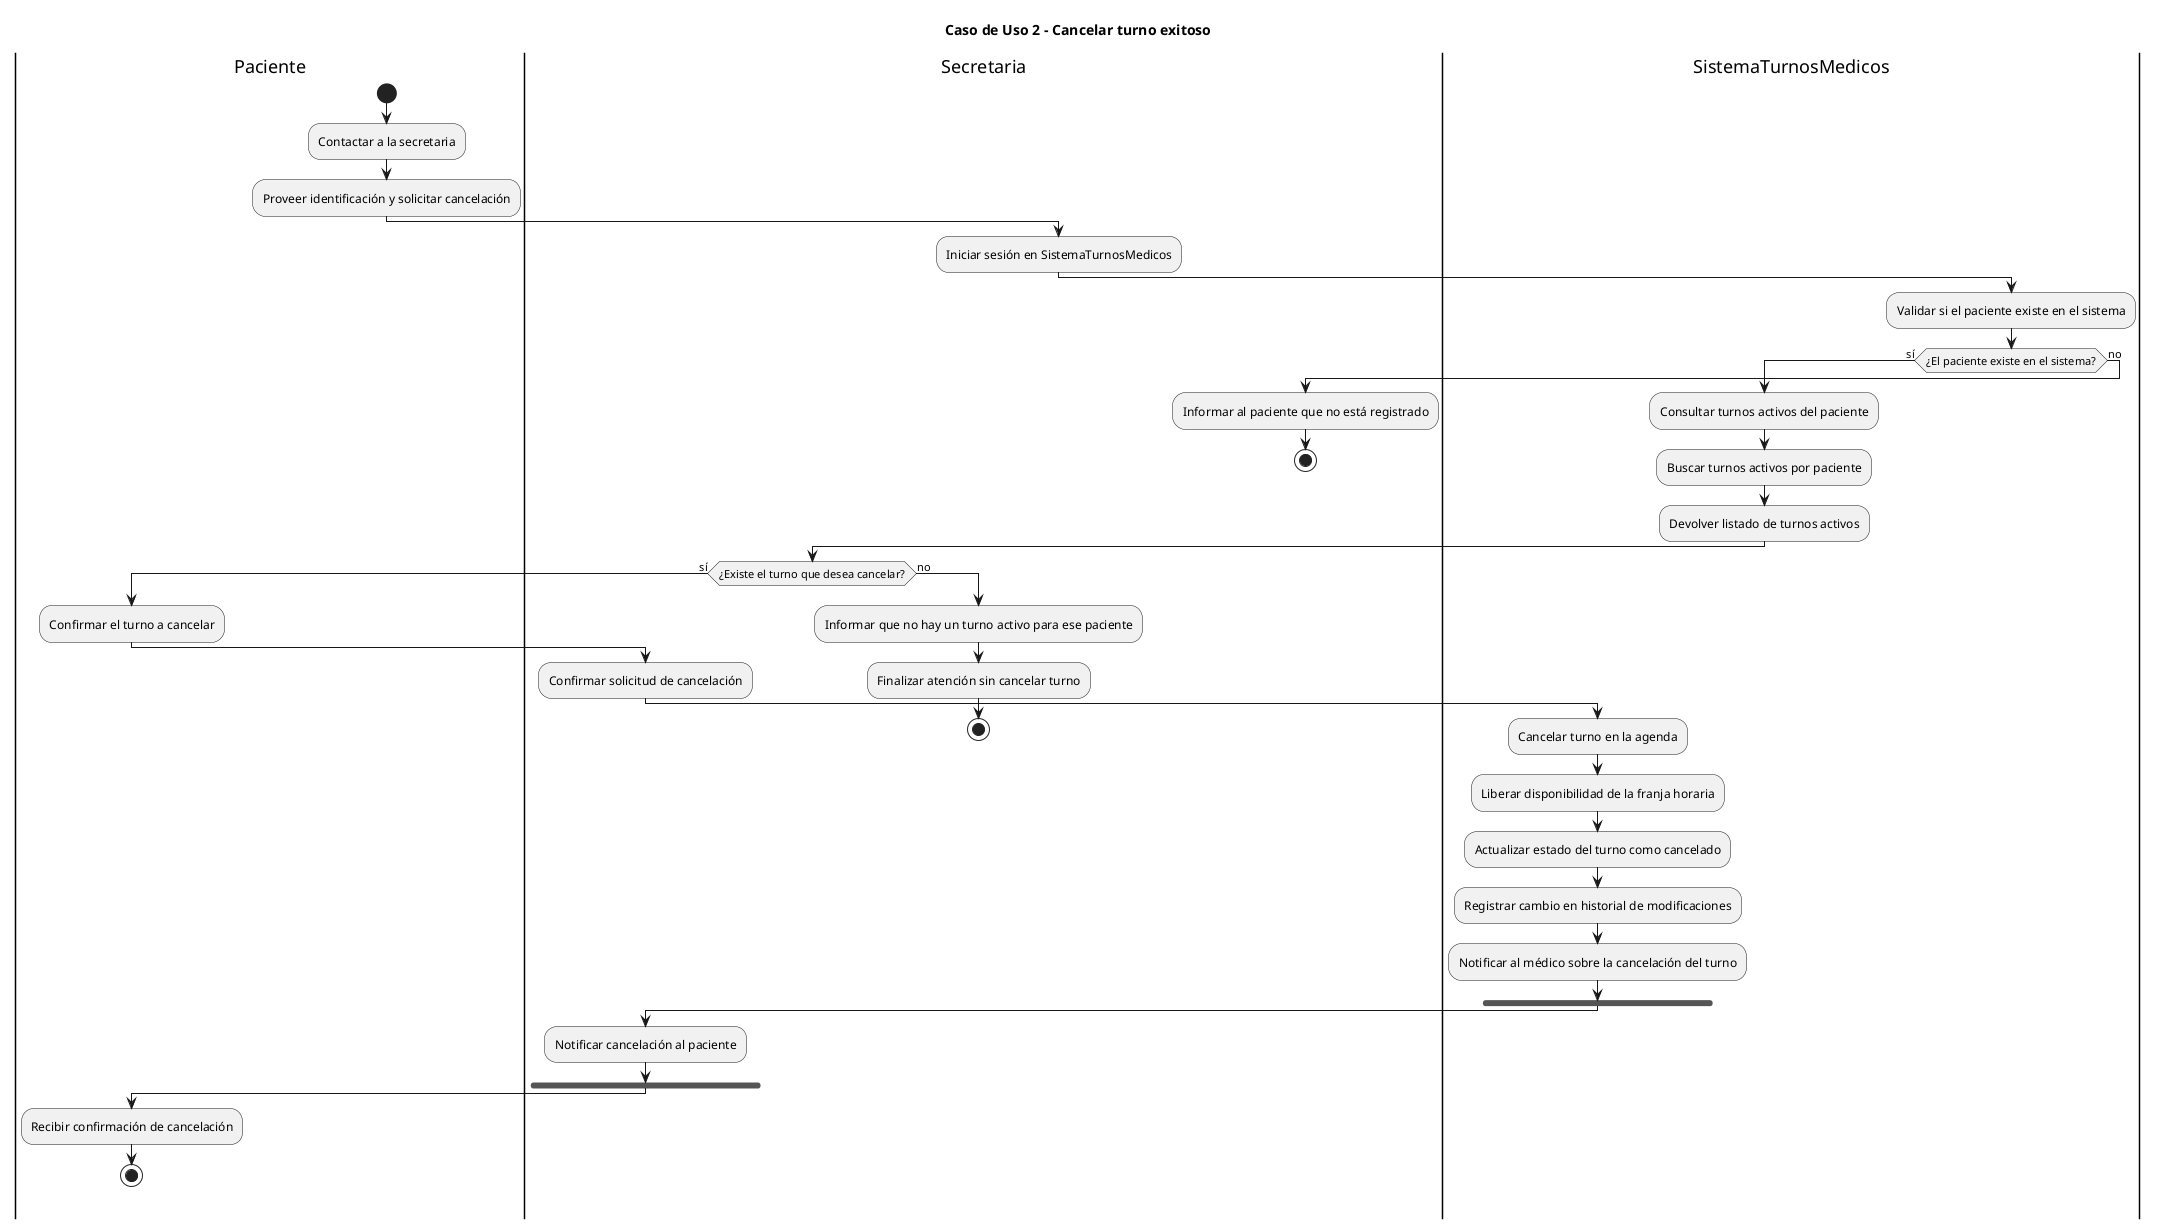
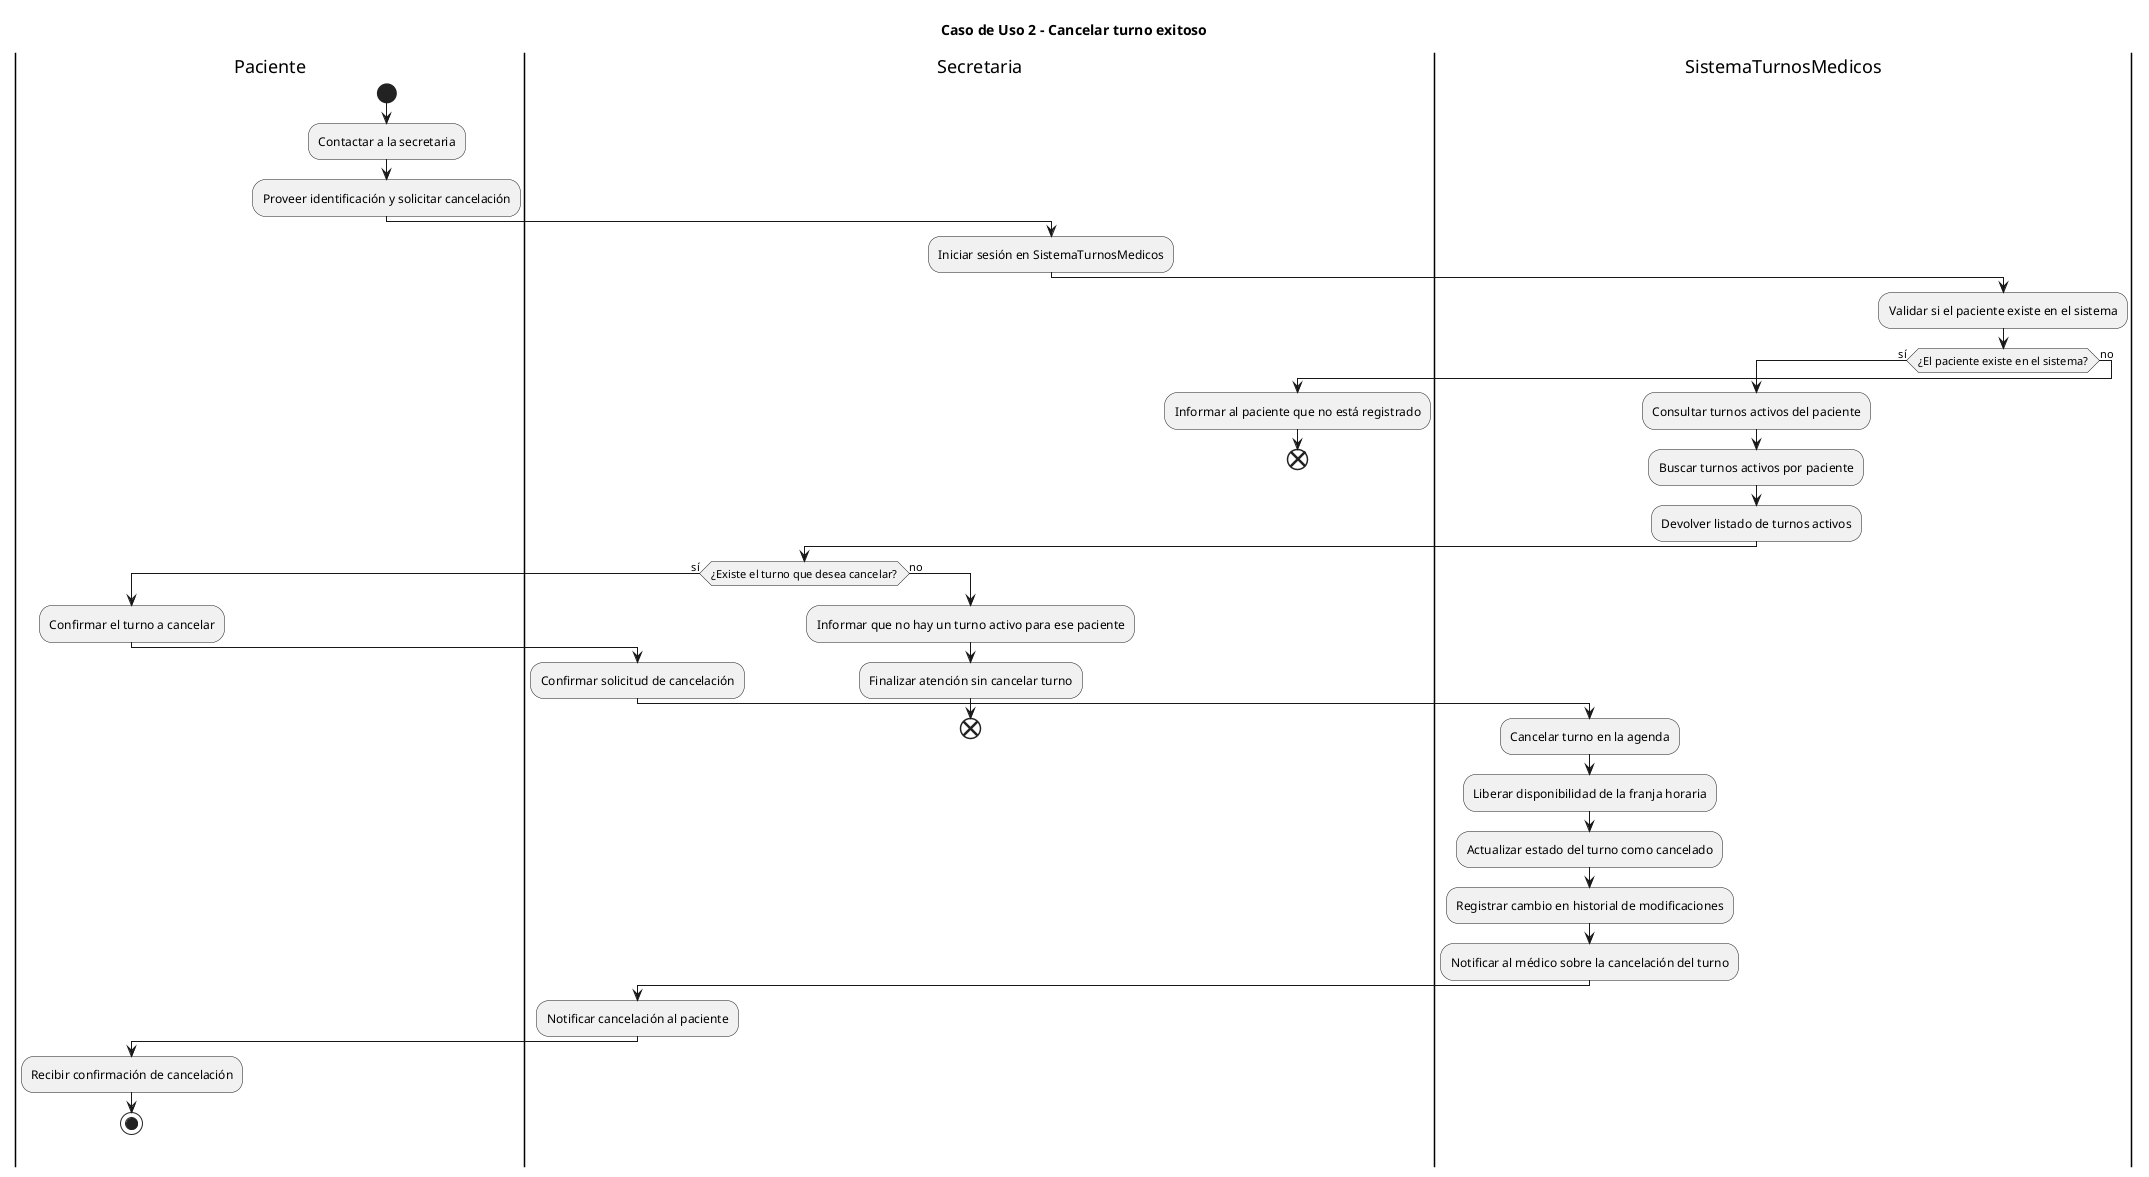
@startuml
title Caso de Uso 2 - Cancelar turno exitoso

|Paciente|
start
:Contactar a la secretaria;
:Proveer identificación y solicitar cancelación;

|Secretaria|
:Iniciar sesión en SistemaTurnosMedicos;

|SistemaTurnosMedicos|
:Validar si el paciente existe en el sistema;

if (¿El paciente existe en el sistema?) then (sí)

  :Consultar turnos activos del paciente;

  |SistemaTurnosMedicos|
  :Buscar turnos activos por paciente;
  :Devolver listado de turnos activos;

  |Secretaria|
  if (¿Existe el turno que desea cancelar?) then (sí)

    |Paciente|
    :Confirmar el turno a cancelar;

    |Secretaria|
    :Confirmar solicitud de cancelación;

    |SistemaTurnosMedicos|
    :Cancelar turno en la agenda;
    :Liberar disponibilidad de la franja horaria;
    :Actualizar estado del turno como cancelado;
    :Registrar cambio en historial de modificaciones;
    :Notificar al médico sobre la cancelación del turno;

-     fork
-       |Secretaria|
+     |Secretaria|
      :Notificar cancelación al paciente;
- 
-     end fork

    |Paciente|
    :Recibir confirmación de cancelación;
    stop

  else (no)

    |Secretaria|
    :Informar que no hay un turno activo para ese paciente;
    :Finalizar atención sin cancelar turno;
-     stop
+     end

  endif

- else (no)
+   else (no)

  |Secretaria|
  :Informar al paciente que no está registrado;
-   stop
+   end

endif

@enduml